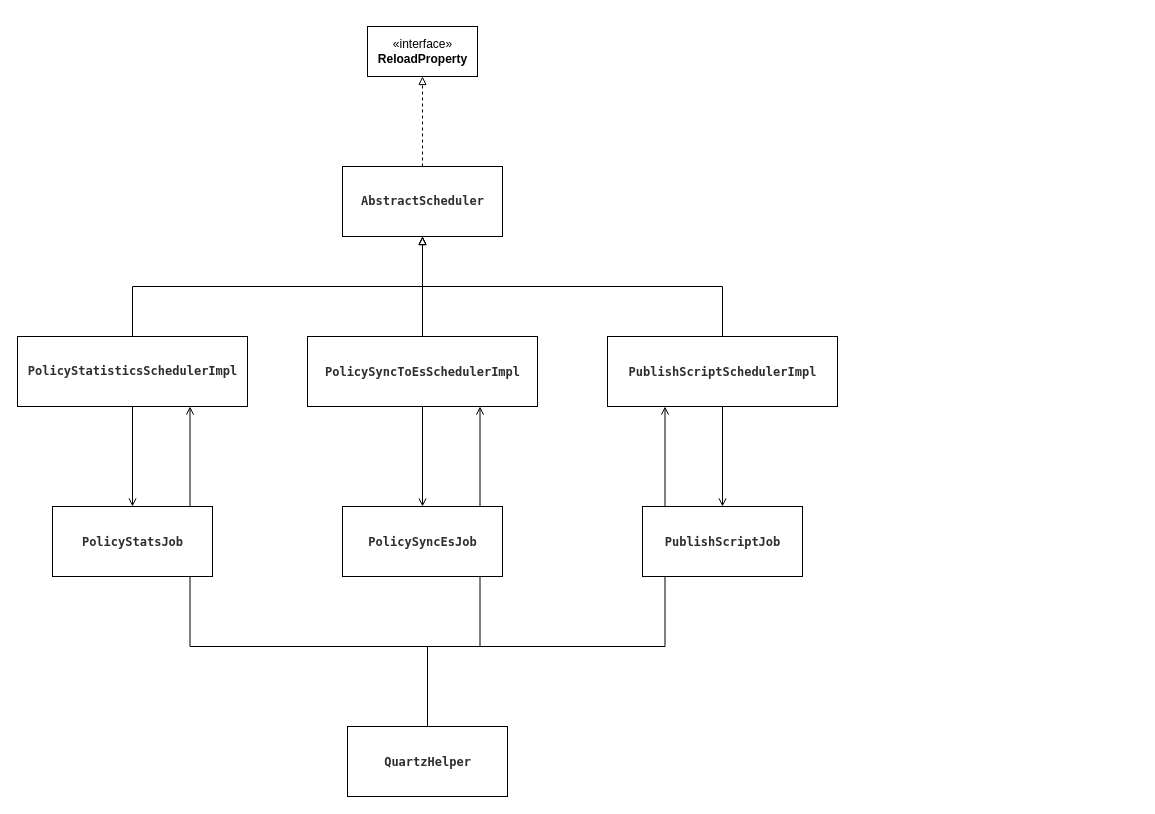
Before: leyan/policy/Quartz_Component_Class_Diagram_V.BeforeRefactor.drawio in GeekKwok/UML, a draw.io diagram. Source tidied: cells renumbered, new cells numbered last; positions are measured from the earlier drawing's top-left corner, leaving out a move shared by most shapes. Both pictures are drawn from the tidied source at 100%, with x=0, y=0 at pixel (17, 26).
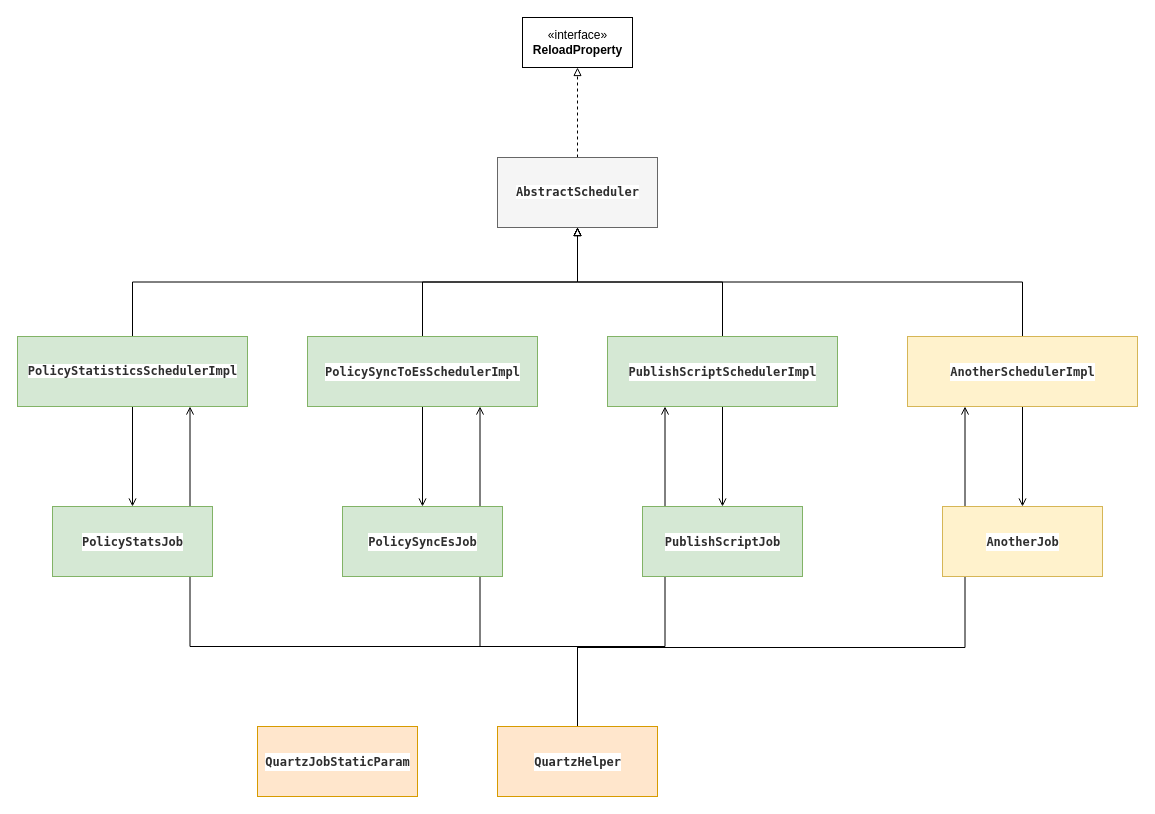
The same diagram, later.

What changed in the source:
```diff
@@
     <mxCell id="2" value="«interface»&lt;br&gt;&lt;b&gt;ReloadProperty&lt;/b&gt;" style="html=1;" parent="1" vertex="1">
-      <mxGeometry x="350" width="110" height="50" as="geometry" />
+      <mxGeometry x="505" y="-9" width="110" height="50" as="geometry" />
     </mxCell>
@@
-    <mxCell id="4" value="&lt;span style=&quot;background-color: rgb(255 , 255 , 255) ; color: rgb(46 , 46 , 46) ; font-family: &amp;#34;menlo&amp;#34; , &amp;#34;monaco&amp;#34; , &amp;#34;courier new&amp;#34; , monospace&quot;&gt;&lt;b&gt;AbstractScheduler&lt;/b&gt;&lt;/span&gt;" style="html=1;" parent="1" vertex="1">
-      <mxGeometry x="325" y="140" width="160" height="70" as="geometry" />
+    <mxCell id="4" value="&lt;span style=&quot;background-color: rgb(255 , 255 , 255) ; color: rgb(46 , 46 , 46) ; font-family: &amp;#34;menlo&amp;#34; , &amp;#34;monaco&amp;#34; , &amp;#34;courier new&amp;#34; , monospace&quot;&gt;&lt;b&gt;AbstractScheduler&lt;/b&gt;&lt;/span&gt;" style="html=1;fillColor=#f5f5f5;strokeColor=#666666;fontColor=#333333;" parent="1" vertex="1">
+      <mxGeometry x="480" y="131" width="160" height="70" as="geometry" />
     </mxCell>
@@
-    <mxCell id="6" style="edgeStyle=orthogonalEdgeStyle;rounded=0;jettySize=auto;html=1;exitX=0.5;exitY=1;exitDx=0;exitDy=0;entryX=0.5;entryY=0;entryDx=0;entryDy=0;endArrow=open;endFill=0;" parent="1" edge="1" source="7" target="19">
+    <mxCell id="6" style="edgeStyle=orthogonalEdgeStyle;rounded=0;jettySize=auto;html=1;exitX=0.5;exitY=1;exitDx=0;exitDy=0;entryX=0.5;entryY=0;entryDx=0;entryDy=0;endArrow=open;endFill=0;fillColor=#d5e8d4;" parent="1" edge="1" source="7" target="19">
       <mxGeometry relative="1" as="geometry" />
     </mxCell>
-    <mxCell id="7" value="&lt;span style=&quot;background-color: rgb(255 , 255 , 255) ; color: rgb(46 , 46 , 46) ; font-family: &amp;quot;menlo&amp;quot; , &amp;quot;monaco&amp;quot; , &amp;quot;courier new&amp;quot; , monospace&quot;&gt;PolicyStatisticsSchedulerImpl&lt;/span&gt;" style="html=1;fontStyle=1;" parent="1" vertex="1">
+    <mxCell id="7" value="&lt;span style=&quot;background-color: rgb(255 , 255 , 255) ; color: rgb(46 , 46 , 46) ; font-family: &amp;quot;menlo&amp;quot; , &amp;quot;monaco&amp;quot; , &amp;quot;courier new&amp;quot; , monospace&quot;&gt;PolicyStatisticsSchedulerImpl&lt;/span&gt;" style="html=1;fontStyle=1;fillColor=#d5e8d4;strokeColor=#82b366;" parent="1" vertex="1">
       <mxGeometry y="310" width="230" height="70" as="geometry" />
     </mxCell>
@@
-    <mxCell id="9" style="edgeStyle=orthogonalEdgeStyle;rounded=0;jettySize=auto;html=1;exitX=0.5;exitY=1;exitDx=0;exitDy=0;entryX=0.5;entryY=0;entryDx=0;entryDy=0;endArrow=open;endFill=0;" parent="1" edge="1" source="10" target="18">
+    <mxCell id="9" style="edgeStyle=orthogonalEdgeStyle;rounded=0;jettySize=auto;html=1;exitX=0.5;exitY=1;exitDx=0;exitDy=0;entryX=0.5;entryY=0;entryDx=0;entryDy=0;endArrow=open;endFill=0;fillColor=#d5e8d4;" parent="1" edge="1" source="10" target="18">
       <mxGeometry relative="1" as="geometry" />
     </mxCell>
-    <mxCell id="10" value="&lt;div style=&quot;color: rgb(46 , 46 , 46) ; background-color: rgb(255 , 255 , 255) ; font-family: &amp;quot;menlo&amp;quot; , &amp;quot;monaco&amp;quot; , &amp;quot;courier new&amp;quot; , monospace ; line-height: 18px&quot;&gt;PolicySyncToEsSchedulerImpl&lt;/div&gt;" style="html=1;fontStyle=1;" parent="1" vertex="1">
+    <mxCell id="10" value="&lt;div style=&quot;color: rgb(46 , 46 , 46) ; background-color: rgb(255 , 255 , 255) ; font-family: &amp;quot;menlo&amp;quot; , &amp;quot;monaco&amp;quot; , &amp;quot;courier new&amp;quot; , monospace ; line-height: 18px&quot;&gt;PolicySyncToEsSchedulerImpl&lt;/div&gt;" style="html=1;fontStyle=1;fillColor=#d5e8d4;strokeColor=#82b366;" parent="1" vertex="1">
       <mxGeometry x="290" y="310" width="230" height="70" as="geometry" />
     </mxCell>
@@
-    <mxCell id="12" style="edgeStyle=orthogonalEdgeStyle;rounded=0;jettySize=auto;html=1;exitX=0.5;exitY=1;exitDx=0;exitDy=0;endArrow=open;endFill=0;" parent="1" edge="1" source="13" target="20">
+    <mxCell id="12" style="edgeStyle=orthogonalEdgeStyle;rounded=0;jettySize=auto;html=1;exitX=0.5;exitY=1;exitDx=0;exitDy=0;endArrow=open;endFill=0;fillColor=#d5e8d4;" parent="1" edge="1" source="13" target="20">
       <mxGeometry relative="1" as="geometry" />
     </mxCell>
-    <mxCell id="13" value="&lt;div style=&quot;color: rgb(46 , 46 , 46) ; background-color: rgb(255 , 255 , 255) ; font-family: &amp;quot;menlo&amp;quot; , &amp;quot;monaco&amp;quot; , &amp;quot;courier new&amp;quot; , monospace ; line-height: 18px&quot;&gt;PublishScriptSchedulerImpl&lt;/div&gt;" style="html=1;fontStyle=1;" parent="1" vertex="1">
+    <mxCell id="13" value="&lt;div style=&quot;color: rgb(46 , 46 , 46) ; background-color: rgb(255 , 255 , 255) ; font-family: &amp;quot;menlo&amp;quot; , &amp;quot;monaco&amp;quot; , &amp;quot;courier new&amp;quot; , monospace ; line-height: 18px&quot;&gt;PublishScriptSchedulerImpl&lt;/div&gt;" style="html=1;fontStyle=1;fillColor=#d5e8d4;strokeColor=#82b366;" parent="1" vertex="1">
       <mxGeometry x="590" y="310" width="230" height="70" as="geometry" />
     </mxCell>
     <mxCell id="14" style="edgeStyle=orthogonalEdgeStyle;rounded=0;jettySize=auto;html=1;exitX=0.5;exitY=0;exitDx=0;exitDy=0;entryX=0.75;entryY=1;entryDx=0;entryDy=0;endArrow=open;endFill=0;" parent="1" edge="1" source="17" target="7">
       <mxGeometry relative="1" as="geometry">
         <Array as="points">
-          <mxPoint x="410" y="620" />
+          <mxPoint x="560" y="620" />
           <mxPoint x="173" y="620" />
         </Array>
       </mxGeometry>
     </mxCell>
     <mxCell id="15" style="edgeStyle=orthogonalEdgeStyle;rounded=0;jettySize=auto;html=1;exitX=0.5;exitY=0;exitDx=0;exitDy=0;endArrow=open;endFill=0;entryX=0.75;entryY=1;entryDx=0;entryDy=0;" parent="1" edge="1" source="17" target="10">
       <mxGeometry relative="1" as="geometry">
         <Array as="points">
-          <mxPoint x="410" y="620" />
+          <mxPoint x="560" y="620" />
           <mxPoint x="463" y="620" />
         </Array>
       </mxGeometry>
     </mxCell>
     <mxCell id="16" style="edgeStyle=orthogonalEdgeStyle;rounded=0;jettySize=auto;html=1;exitX=0.5;exitY=0;exitDx=0;exitDy=0;endArrow=open;endFill=0;entryX=0.25;entryY=1;entryDx=0;entryDy=0;" parent="1" edge="1" source="17" target="13">
       <mxGeometry relative="1" as="geometry">
         <Array as="points">
-          <mxPoint x="410" y="620" />
+          <mxPoint x="560" y="620" />
           <mxPoint x="648" y="620" />
         </Array>
       </mxGeometry>
     </mxCell>
+    <mxCell id="21" style="edgeStyle=orthogonalEdgeStyle;rounded=0;jettySize=auto;html=1;exitX=0.5;exitY=0;exitDx=0;exitDy=0;entryX=0.25;entryY=1;entryDx=0;entryDy=0;endArrow=open;endFill=0;strokeColor=#000000;" parent="1" edge="1" source="17" target="24">
+      <mxGeometry relative="1" as="geometry">
+        <Array as="points">
+          <mxPoint x="560" y="621" />
+          <mxPoint x="948" y="621" />
+        </Array>
+      </mxGeometry>
+    </mxCell>
-    <mxCell id="17" value="&lt;div style=&quot;color: rgb(46 , 46 , 46) ; background-color: rgb(255 , 255 , 255) ; font-family: &amp;#34;menlo&amp;#34; , &amp;#34;monaco&amp;#34; , &amp;#34;courier new&amp;#34; , monospace ; line-height: 18px&quot;&gt;&lt;b&gt;QuartzHelper&lt;/b&gt;&lt;/div&gt;" style="html=1;" parent="1" vertex="1">
-      <mxGeometry x="330" y="700" width="160" height="70" as="geometry" />
+    <mxCell id="17" value="&lt;div style=&quot;color: rgb(46 , 46 , 46) ; background-color: rgb(255 , 255 , 255) ; font-family: &amp;#34;menlo&amp;#34; , &amp;#34;monaco&amp;#34; , &amp;#34;courier new&amp;#34; , monospace ; line-height: 18px&quot;&gt;&lt;b&gt;QuartzHelper&lt;/b&gt;&lt;/div&gt;" style="html=1;fillColor=#ffe6cc;strokeColor=#d79b00;" parent="1" vertex="1">
+      <mxGeometry x="480" y="700" width="160" height="70" as="geometry" />
     </mxCell>
-    <mxCell id="18" value="&lt;div style=&quot;color: rgb(46 , 46 , 46) ; background-color: rgb(255 , 255 , 255) ; font-family: &amp;#34;menlo&amp;#34; , &amp;#34;monaco&amp;#34; , &amp;#34;courier new&amp;#34; , monospace ; line-height: 18px&quot;&gt;&lt;div style=&quot;font-family: &amp;#34;menlo&amp;#34; , &amp;#34;monaco&amp;#34; , &amp;#34;courier new&amp;#34; , monospace ; line-height: 18px&quot;&gt;&lt;b&gt;PolicySyncEsJob&lt;/b&gt;&lt;/div&gt;&lt;/div&gt;" style="html=1;" parent="1" vertex="1">
+    <mxCell id="18" value="&lt;div style=&quot;color: rgb(46 , 46 , 46) ; background-color: rgb(255 , 255 , 255) ; font-family: &amp;#34;menlo&amp;#34; , &amp;#34;monaco&amp;#34; , &amp;#34;courier new&amp;#34; , monospace ; line-height: 18px&quot;&gt;&lt;div style=&quot;font-family: &amp;#34;menlo&amp;#34; , &amp;#34;monaco&amp;#34; , &amp;#34;courier new&amp;#34; , monospace ; line-height: 18px&quot;&gt;&lt;b&gt;PolicySyncEsJob&lt;/b&gt;&lt;/div&gt;&lt;/div&gt;" style="html=1;fillColor=#d5e8d4;strokeColor=#82b366;" parent="1" vertex="1">
       <mxGeometry x="325" y="480" width="160" height="70" as="geometry" />
     </mxCell>
-    <mxCell id="19" value="&lt;div style=&quot;color: rgb(46 , 46 , 46) ; background-color: rgb(255 , 255 , 255) ; font-family: &amp;#34;menlo&amp;#34; , &amp;#34;monaco&amp;#34; , &amp;#34;courier new&amp;#34; , monospace ; line-height: 18px&quot;&gt;&lt;div style=&quot;font-family: &amp;#34;menlo&amp;#34; , &amp;#34;monaco&amp;#34; , &amp;#34;courier new&amp;#34; , monospace ; line-height: 18px&quot;&gt;&lt;b&gt;PolicyStatsJob&lt;/b&gt;&lt;/div&gt;&lt;/div&gt;" style="html=1;" parent="1" vertex="1">
+    <mxCell id="19" value="&lt;div style=&quot;color: rgb(46 , 46 , 46) ; background-color: rgb(255 , 255 , 255) ; font-family: &amp;#34;menlo&amp;#34; , &amp;#34;monaco&amp;#34; , &amp;#34;courier new&amp;#34; , monospace ; line-height: 18px&quot;&gt;&lt;div style=&quot;font-family: &amp;#34;menlo&amp;#34; , &amp;#34;monaco&amp;#34; , &amp;#34;courier new&amp;#34; , monospace ; line-height: 18px&quot;&gt;&lt;b&gt;PolicyStatsJob&lt;/b&gt;&lt;/div&gt;&lt;/div&gt;" style="html=1;fillColor=#d5e8d4;strokeColor=#82b366;" parent="1" vertex="1">
       <mxGeometry x="35" y="480" width="160" height="70" as="geometry" />
     </mxCell>
-    <mxCell id="20" value="&lt;div style=&quot;color: rgb(46 , 46 , 46) ; background-color: rgb(255 , 255 , 255) ; font-family: &amp;#34;menlo&amp;#34; , &amp;#34;monaco&amp;#34; , &amp;#34;courier new&amp;#34; , monospace ; line-height: 18px&quot;&gt;&lt;div style=&quot;font-family: &amp;#34;menlo&amp;#34; , &amp;#34;monaco&amp;#34; , &amp;#34;courier new&amp;#34; , monospace ; line-height: 18px&quot;&gt;&lt;div style=&quot;font-family: &amp;#34;menlo&amp;#34; , &amp;#34;monaco&amp;#34; , &amp;#34;courier new&amp;#34; , monospace ; line-height: 18px&quot;&gt;&lt;b&gt;PublishScriptJob&lt;/b&gt;&lt;/div&gt;&lt;/div&gt;&lt;/div&gt;" style="html=1;" parent="1" vertex="1">
+    <mxCell id="20" value="&lt;div style=&quot;color: rgb(46 , 46 , 46) ; background-color: rgb(255 , 255 , 255) ; font-family: &amp;#34;menlo&amp;#34; , &amp;#34;monaco&amp;#34; , &amp;#34;courier new&amp;#34; , monospace ; line-height: 18px&quot;&gt;&lt;div style=&quot;font-family: &amp;#34;menlo&amp;#34; , &amp;#34;monaco&amp;#34; , &amp;#34;courier new&amp;#34; , monospace ; line-height: 18px&quot;&gt;&lt;div style=&quot;font-family: &amp;#34;menlo&amp;#34; , &amp;#34;monaco&amp;#34; , &amp;#34;courier new&amp;#34; , monospace ; line-height: 18px&quot;&gt;&lt;b&gt;PublishScriptJob&lt;/b&gt;&lt;/div&gt;&lt;/div&gt;&lt;/div&gt;" style="html=1;fillColor=#d5e8d4;strokeColor=#82b366;" parent="1" vertex="1">
       <mxGeometry x="625" y="480" width="160" height="70" as="geometry" />
     </mxCell>
+    <mxCell id="22" style="edgeStyle=orthogonalEdgeStyle;rounded=0;jettySize=auto;html=1;exitX=0.5;exitY=1;exitDx=0;exitDy=0;endArrow=open;endFill=0;strokeColor=#000000;" parent="1" edge="1" source="24" target="25">
+      <mxGeometry relative="1" as="geometry" />
+    </mxCell>
+    <mxCell id="23" style="edgeStyle=orthogonalEdgeStyle;rounded=0;jettySize=auto;html=1;exitX=0.5;exitY=0;exitDx=0;exitDy=0;endArrow=block;endFill=0;strokeColor=#000000;" parent="1" edge="1" source="24" target="4">
+      <mxGeometry relative="1" as="geometry" />
+    </mxCell>
+    <mxCell id="24" value="&lt;div style=&quot;color: rgb(46 , 46 , 46) ; background-color: rgb(255 , 255 , 255) ; font-family: &amp;#34;menlo&amp;#34; , &amp;#34;monaco&amp;#34; , &amp;#34;courier new&amp;#34; , monospace ; line-height: 18px&quot;&gt;AnotherSchedulerImpl&lt;/div&gt;" style="html=1;fontStyle=1;fillColor=#fff2cc;strokeColor=#d6b656;" parent="1" vertex="1">
+      <mxGeometry x="890" y="310" width="230" height="70" as="geometry" />
+    </mxCell>
+    <mxCell id="25" value="&lt;div style=&quot;color: rgb(46 , 46 , 46) ; background-color: rgb(255 , 255 , 255) ; font-family: &amp;#34;menlo&amp;#34; , &amp;#34;monaco&amp;#34; , &amp;#34;courier new&amp;#34; , monospace ; line-height: 18px&quot;&gt;&lt;div style=&quot;font-family: &amp;#34;menlo&amp;#34; , &amp;#34;monaco&amp;#34; , &amp;#34;courier new&amp;#34; , monospace ; line-height: 18px&quot;&gt;&lt;div style=&quot;font-family: &amp;#34;menlo&amp;#34; , &amp;#34;monaco&amp;#34; , &amp;#34;courier new&amp;#34; , monospace ; line-height: 18px&quot;&gt;&lt;span style=&quot;font-weight: 700&quot;&gt;Another&lt;/span&gt;&lt;b&gt;Job&lt;/b&gt;&lt;/div&gt;&lt;/div&gt;&lt;/div&gt;" style="html=1;fillColor=#fff2cc;strokeColor=#d6b656;" parent="1" vertex="1">
+      <mxGeometry x="925" y="480" width="160" height="70" as="geometry" />
+    </mxCell>
+    <mxCell id="26" value="&lt;div style=&quot;color: rgb(46 , 46 , 46) ; background-color: rgb(255 , 255 , 255) ; font-family: &amp;#34;menlo&amp;#34; , &amp;#34;monaco&amp;#34; , &amp;#34;courier new&amp;#34; , monospace ; line-height: 18px&quot;&gt;&lt;div style=&quot;font-family: &amp;#34;menlo&amp;#34; , &amp;#34;monaco&amp;#34; , &amp;#34;courier new&amp;#34; , monospace ; line-height: 18px&quot;&gt;&lt;b&gt;QuartzJobStaticParam&lt;/b&gt;&lt;/div&gt;&lt;/div&gt;" style="html=1;fillColor=#ffe6cc;strokeColor=#d79b00;" parent="1" vertex="1">
+      <mxGeometry x="240" y="700" width="160" height="70" as="geometry" />
+    </mxCell>
```
